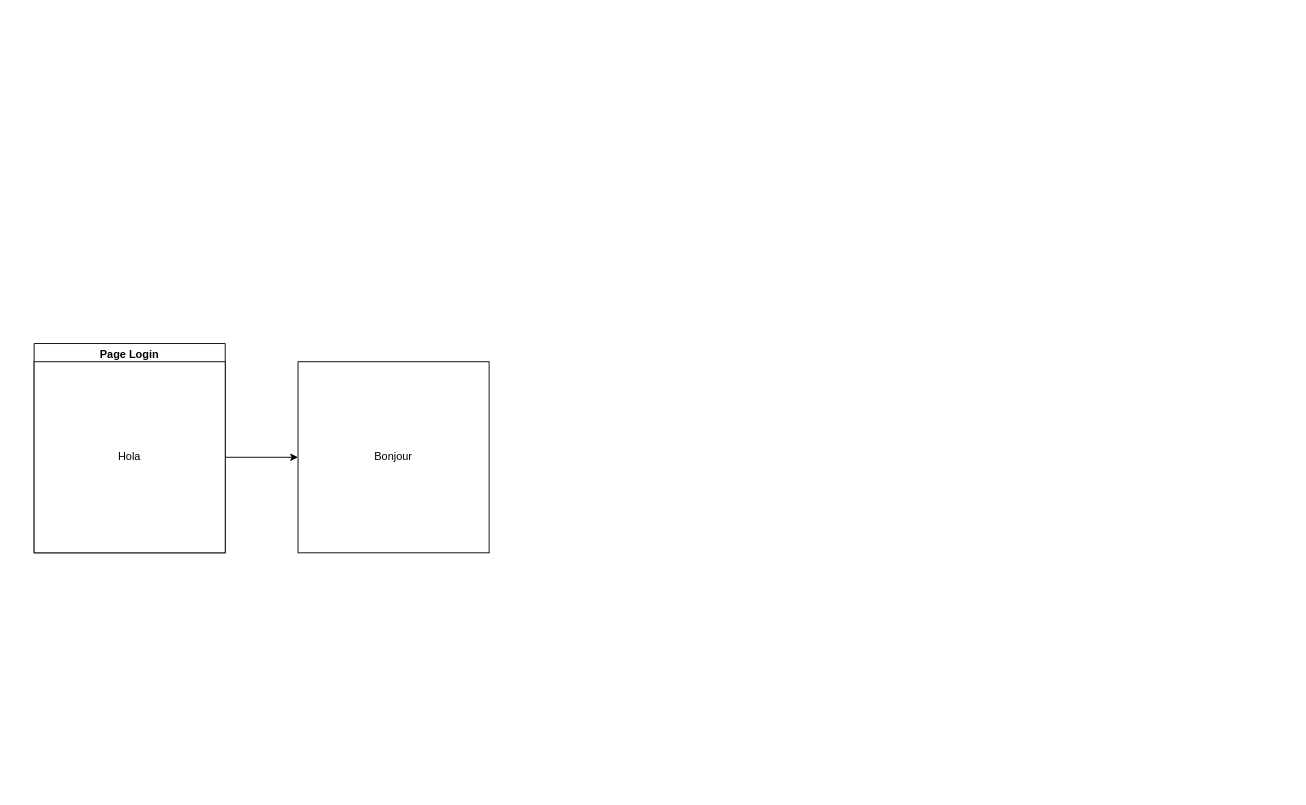
Earlier version of the draw.io diagram Diagramme sans nom.drawio (HipppB/safeHub). Source tidied: cells renumbered, new cells numbered last; positions are measured from the earlier drawing's top-left corner, leaving out a move shared by most shapes. Both pictures are drawn from the tidied source at 91%, with x=0, y=0 at pixel (34, 343).
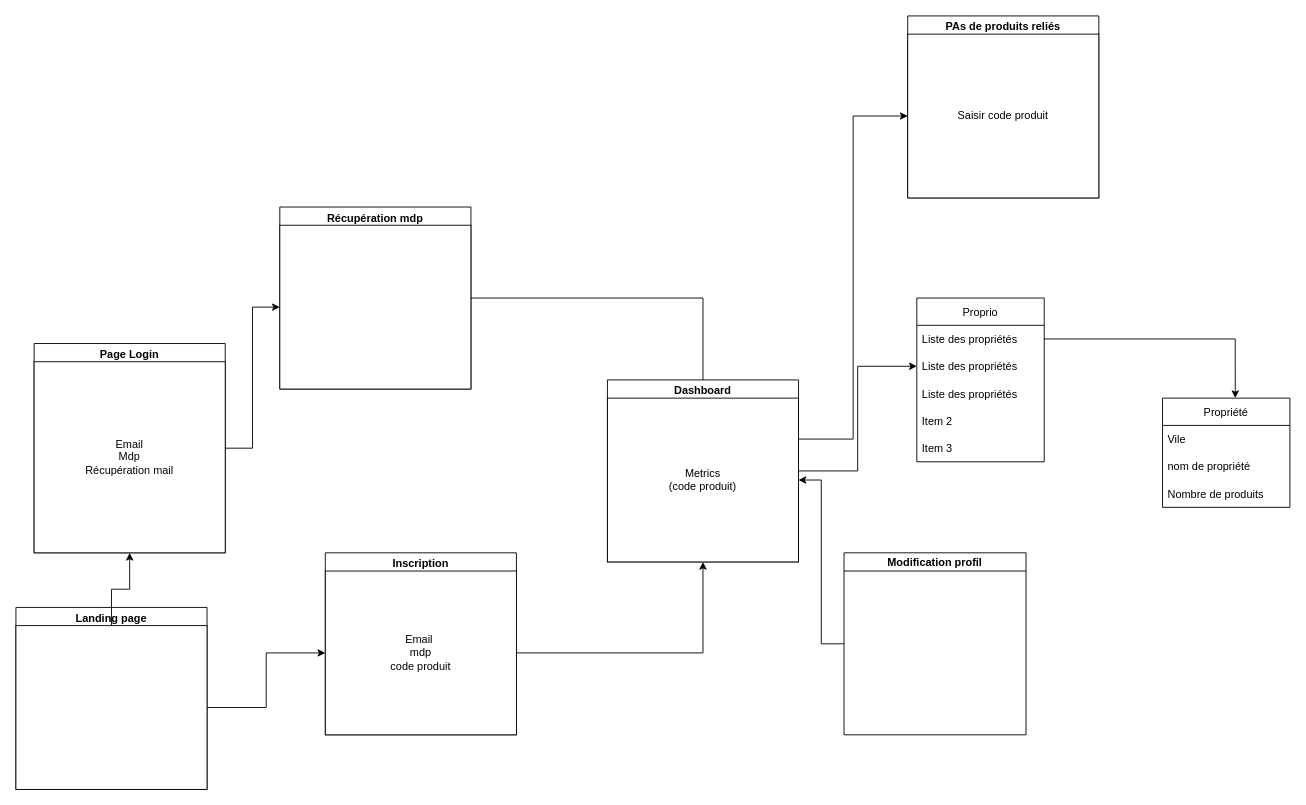
The same diagram, later.

Unchanged cells that the change refers to:
```xml
<mxCell id="2" value="Page Login" style="swimlane;" parent="1" vertex="1">
  <mxGeometry width="210" height="230" as="geometry" />
</mxCell>
```

What changed in the source:
```diff
@@
+    <mxCell id="6" style="edgeStyle=orthogonalEdgeStyle;rounded=0;jettySize=auto;html=1;" parent="1" edge="1" source="2" target="12">
+      <mxGeometry relative="1" as="geometry" />
+    </mxCell>
@@
-    <mxCell id="3" value="Hola" style="whiteSpace=wrap;html=1;" parent="2" vertex="1">
+    <mxCell id="3" value="Email&lt;br&gt;Mdp&lt;br&gt;Récupération mail" style="whiteSpace=wrap;html=1;" parent="2" vertex="1">
       <mxGeometry y="20" width="210" height="210" as="geometry" />
     </mxCell>
-    <mxCell id="4" value="Bonjour" style="whiteSpace=wrap;html=1;" parent="1" vertex="1">
-      <mxGeometry x="290" y="20" width="210" height="210" as="geometry" />
-    </mxCell>
-    <mxCell id="5" style="edgeStyle=orthogonalEdgeStyle;rounded=0;jettySize=auto;html=1;" parent="1" edge="1" source="3" target="4">
-      <mxGeometry relative="1" as="geometry" />
-    </mxCell>
+    <mxCell id="7" value="Landing page" style="swimlane;" parent="1" vertex="1">
+      <mxGeometry x="-20" y="290" width="210" height="200" as="geometry" />
+    </mxCell>
+    <mxCell id="8" style="whiteSpace=wrap;html=1;" parent="7" vertex="1">
+      <mxGeometry y="20" width="210" height="180" as="geometry" />
+    </mxCell>
+    <mxCell id="9" style="edgeStyle=orthogonalEdgeStyle;rounded=0;jettySize=auto;html=1;" parent="1" edge="1" source="8" target="3">
+      <mxGeometry relative="1" as="geometry" />
+    </mxCell>
+    <mxCell id="10" style="edgeStyle=orthogonalEdgeStyle;rounded=0;jettySize=auto;html=1;exitX=1;exitY=0.5;exitDx=0;exitDy=0;" parent="1" edge="1" source="11" target="18">
+      <mxGeometry relative="1" as="geometry" />
+    </mxCell>
+    <mxCell id="11" value="Récupération mdp" style="swimlane;" parent="1" vertex="1">
+      <mxGeometry x="270" y="-150" width="210" height="200" as="geometry" />
+    </mxCell>
+    <mxCell id="12" style="whiteSpace=wrap;html=1;" parent="11" vertex="1">
+      <mxGeometry y="20" width="210" height="180" as="geometry" />
+    </mxCell>
+    <mxCell id="13" value="Inscription" style="swimlane;" parent="1" vertex="1">
+      <mxGeometry x="320" y="230" width="210" height="200" as="geometry" />
+    </mxCell>
+    <mxCell id="14" value="Email&amp;nbsp;&lt;br&gt;mdp&lt;br&gt;code produit" style="whiteSpace=wrap;html=1;" parent="13" vertex="1">
+      <mxGeometry y="20" width="210" height="180" as="geometry" />
+    </mxCell>
+    <mxCell id="15" style="edgeStyle=orthogonalEdgeStyle;rounded=0;jettySize=auto;html=1;" parent="1" edge="1" source="8" target="14">
+      <mxGeometry relative="1" as="geometry" />
+    </mxCell>
+    <mxCell id="16" style="edgeStyle=orthogonalEdgeStyle;rounded=0;jettySize=auto;html=1;exitX=1;exitY=0.5;exitDx=0;exitDy=0;" parent="1" edge="1" source="17" target="22">
+      <mxGeometry relative="1" as="geometry" />
+    </mxCell>
+    <mxCell id="17" value="Dashboard" style="swimlane;" parent="1" vertex="1">
+      <mxGeometry x="630" y="40" width="210" height="200" as="geometry" />
+    </mxCell>
+    <mxCell id="18" value="Metrics&lt;br&gt;(code produit)" style="whiteSpace=wrap;html=1;" parent="17" vertex="1">
+      <mxGeometry y="20" width="210" height="180" as="geometry" />
+    </mxCell>
+    <mxCell id="19" style="edgeStyle=orthogonalEdgeStyle;rounded=0;jettySize=auto;html=1;exitX=1;exitY=0.5;exitDx=0;exitDy=0;" parent="1" edge="1" source="14" target="18">
+      <mxGeometry relative="1" as="geometry" />
+    </mxCell>
+    <mxCell id="20" value="Proprio" style="swimlane;fontStyle=0;horizontal=1;startSize=30;" parent="1" vertex="1">
+      <mxGeometry x="970" y="-50" width="140" height="180" as="geometry" />
+    </mxCell>
+    <mxCell id="21" value="Liste des propriétés" style="text;strokeColor=none;fillColor=none;align=left;verticalAlign=middle;spacingLeft=4;spacingRight=4;overflow=hidden;points=[[0,0.5],[1,0.5]];portConstraint=eastwest;" parent="20" vertex="1">
+      <mxGeometry y="30" width="140" height="30" as="geometry" />
+    </mxCell>
+    <mxCell id="22" value="Liste des propriétés" style="text;strokeColor=none;fillColor=none;align=left;verticalAlign=middle;spacingLeft=4;spacingRight=4;overflow=hidden;points=[[0,0.5],[1,0.5]];portConstraint=eastwest;" parent="20" vertex="1">
+      <mxGeometry y="60" width="140" height="30" as="geometry" />
+    </mxCell>
+    <mxCell id="23" value="Liste des propriétés" style="text;strokeColor=none;fillColor=none;align=left;verticalAlign=middle;spacingLeft=4;spacingRight=4;overflow=hidden;" parent="20" vertex="1">
+      <mxGeometry y="90" width="140" height="30" as="geometry" />
+    </mxCell>
+    <mxCell id="24" value="Item 2" style="text;strokeColor=none;fillColor=none;align=left;verticalAlign=middle;spacingLeft=4;spacingRight=4;overflow=hidden;" parent="20" vertex="1">
+      <mxGeometry y="120" width="140" height="30" as="geometry" />
+    </mxCell>
+    <mxCell id="25" value="Item 3" style="text;strokeColor=none;fillColor=none;align=left;verticalAlign=middle;spacingLeft=4;spacingRight=4;overflow=hidden;" parent="20" vertex="1">
+      <mxGeometry y="150" width="140" height="30" as="geometry" />
+    </mxCell>
+    <mxCell id="26" style="edgeStyle=orthogonalEdgeStyle;rounded=0;jettySize=auto;html=1;exitX=1;exitY=0.5;exitDx=0;exitDy=0;entryX=0.571;entryY=0;entryDx=0;entryDy=0;entryPerimeter=0;" parent="1" edge="1" source="21" target="27">
+      <mxGeometry relative="1" as="geometry" />
+    </mxCell>
+    <mxCell id="27" value="Propriété" style="swimlane;fontStyle=0;horizontal=1;startSize=30;" parent="1" vertex="1">
+      <mxGeometry x="1240" y="60" width="140" height="120" as="geometry" />
+    </mxCell>
+    <mxCell id="28" value="Vile" style="text;strokeColor=none;fillColor=none;align=left;verticalAlign=middle;spacingLeft=4;spacingRight=4;overflow=hidden;" parent="27" vertex="1">
+      <mxGeometry y="30" width="140" height="30" as="geometry" />
+    </mxCell>
+    <mxCell id="29" value="nom de propriété" style="text;strokeColor=none;fillColor=none;align=left;verticalAlign=middle;spacingLeft=4;spacingRight=4;overflow=hidden;" parent="27" vertex="1">
+      <mxGeometry y="60" width="140" height="30" as="geometry" />
+    </mxCell>
+    <mxCell id="30" value="Nombre de produits " style="text;strokeColor=none;fillColor=none;align=left;verticalAlign=middle;spacingLeft=4;spacingRight=4;overflow=hidden;" parent="27" vertex="1">
+      <mxGeometry y="90" width="140" height="30" as="geometry" />
+    </mxCell>
+    <mxCell id="31" style="edgeStyle=orthogonalEdgeStyle;rounded=0;jettySize=auto;html=1;exitX=0;exitY=0.5;exitDx=0;exitDy=0;entryX=1;entryY=0.5;entryDx=0;entryDy=0;" parent="1" edge="1" source="32" target="18">
+      <mxGeometry relative="1" as="geometry" />
+    </mxCell>
+    <mxCell id="32" value="Modification profil" style="swimlane;startSize=20;" parent="1" vertex="1">
+      <mxGeometry x="890" y="230" width="200" height="200" as="geometry" />
+    </mxCell>
+    <mxCell id="33" style="edgeStyle=orthogonalEdgeStyle;rounded=0;jettySize=auto;html=1;exitX=1;exitY=0.25;exitDx=0;exitDy=0;entryX=0;entryY=0.5;entryDx=0;entryDy=0;" parent="1" edge="1" source="18" target="35">
+      <mxGeometry relative="1" as="geometry" />
+    </mxCell>
+    <mxCell id="34" value="PAs de produits reliés" style="swimlane;" parent="1" vertex="1">
+      <mxGeometry x="960" y="-360" width="210" height="200" as="geometry" />
+    </mxCell>
+    <mxCell id="35" value="Saisir code produit" style="whiteSpace=wrap;html=1;" parent="34" vertex="1">
+      <mxGeometry y="20" width="210" height="180" as="geometry" />
+    </mxCell>
```
